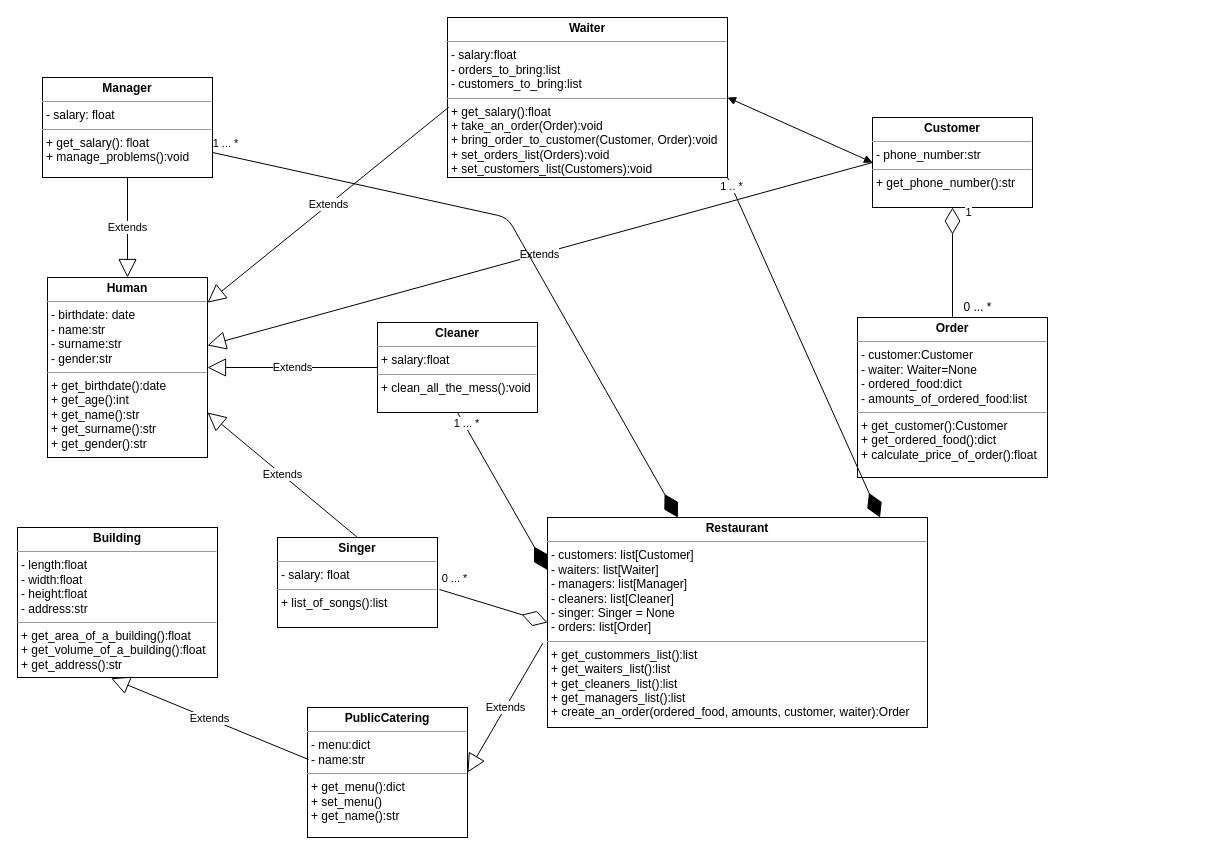
Above: python_module/task_5/restaurant1.drawio in YeseniiaBorzova/python_education (draw.io), before the change. Source tidied: cells renumbered, new cells numbered last; positions are measured from the earlier drawing's top-left corner, leaving out a move shared by most shapes. Both pictures are drawn from the tidied source at 100%, with x=0, y=0 at pixel (17, 17).
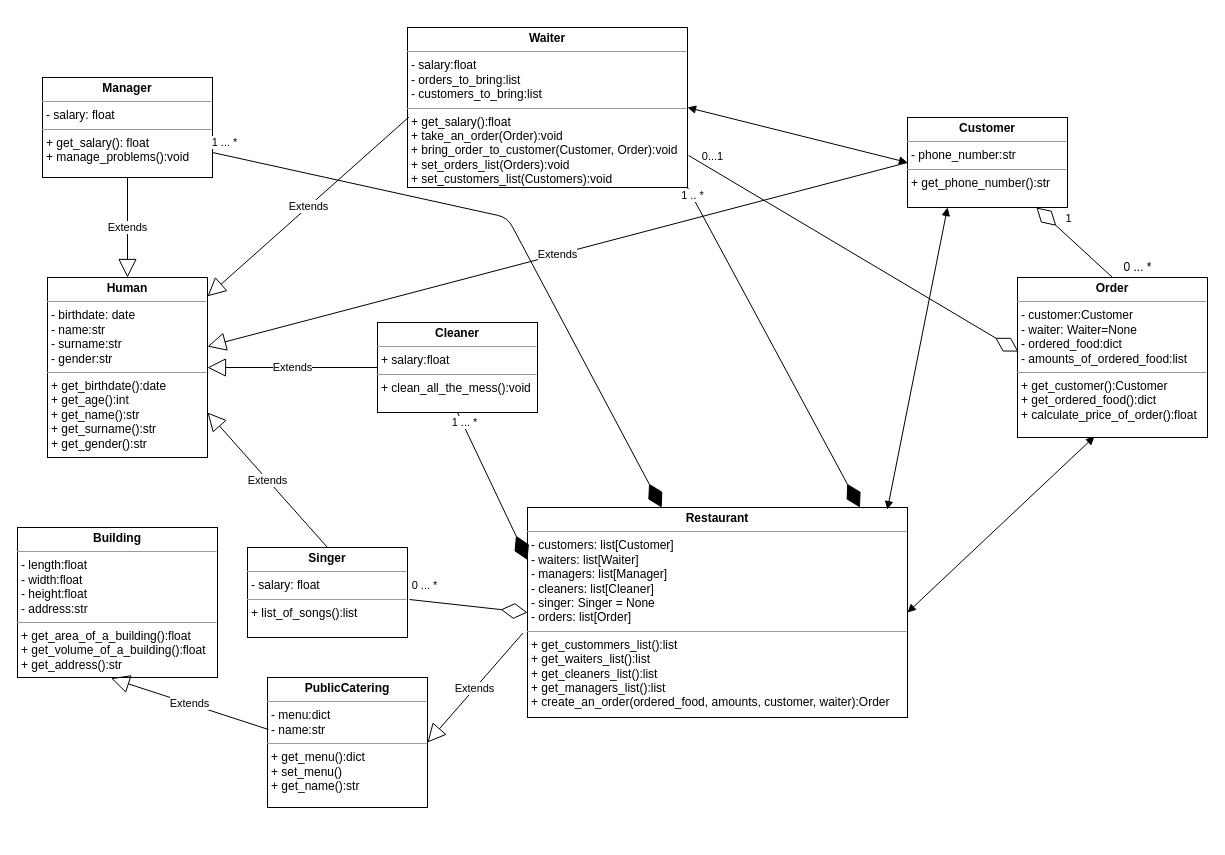
Above is the later version.

Commit message:
Added dependencies between customer waiter and restaurant

Unchanged cells that the change refers to:
```xml
<mxCell id="29" style="endArrow=diamondThin;endFill=0;endSize=24;html=1;exitX=0.5;exitY=0;exitDx=0;exitDy=0;" parent="1" edge="1" source="14" target="11">
  <mxGeometry relative="1" as="geometry" />
</mxCell>
```

Diff of the diagram source:
```diff
@@
     <mxCell id="3" value="&lt;p style=&quot;margin: 0px ; margin-top: 4px ; text-align: center&quot;&gt;&lt;b&gt;Waiter&lt;/b&gt;&lt;/p&gt;&lt;hr size=&quot;1&quot;&gt;&lt;p style=&quot;margin: 0px ; margin-left: 4px&quot;&gt;- salary:float&lt;/p&gt;&lt;p style=&quot;margin: 0px ; margin-left: 4px&quot;&gt;- orders_to_bring:list&lt;/p&gt;&lt;p style=&quot;margin: 0px ; margin-left: 4px&quot;&gt;- customers_to_bring:list&lt;br&gt;&lt;/p&gt;&lt;hr size=&quot;1&quot;&gt;&lt;p style=&quot;margin: 0px ; margin-left: 4px&quot;&gt;+ get_salary():float&lt;/p&gt;&lt;p style=&quot;margin: 0px ; margin-left: 4px&quot;&gt;+ take_an_order(Order):void&lt;br&gt;&lt;/p&gt;&lt;p style=&quot;margin: 0px ; margin-left: 4px&quot;&gt;+ bring_order_to_customer(Customer, Order):void&lt;/p&gt;&lt;p style=&quot;margin: 0px ; margin-left: 4px&quot;&gt;+ set_orders_list(Orders):void&lt;/p&gt;&lt;p style=&quot;margin: 0px ; margin-left: 4px&quot;&gt;+ set_customers_list(Customers):void&lt;br&gt;&lt;/p&gt;&lt;p style=&quot;margin: 0px ; margin-left: 4px&quot;&gt;&lt;br&gt;&lt;/p&gt;" style="verticalAlign=top;align=left;overflow=fill;fontSize=12;fontFamily=Helvetica;html=1;" parent="1" vertex="1">
-      <mxGeometry x="430" width="280" height="160" as="geometry" />
+      <mxGeometry x="390" y="10" width="280" height="160" as="geometry" />
     </mxCell>
@@
     <mxCell id="8" value="&lt;p style=&quot;margin: 0px ; margin-top: 4px ; text-align: center&quot;&gt;&lt;b&gt;PublicCatering&lt;/b&gt;&lt;/p&gt;&lt;hr size=&quot;1&quot;&gt;&lt;p style=&quot;margin: 0px ; margin-left: 4px&quot;&gt;- menu:dict&lt;/p&gt;&lt;p style=&quot;margin: 0px ; margin-left: 4px&quot;&gt;- name:str&lt;/p&gt;&lt;hr size=&quot;1&quot;&gt;&lt;p style=&quot;margin: 0px ; margin-left: 4px&quot;&gt;+ get_menu():dict&lt;/p&gt;&lt;p style=&quot;margin: 0px ; margin-left: 4px&quot;&gt;+ set_menu()&lt;/p&gt;&lt;p style=&quot;margin: 0px ; margin-left: 4px&quot;&gt;+ get_name():str&lt;/p&gt;" style="verticalAlign=top;align=left;overflow=fill;fontSize=12;fontFamily=Helvetica;html=1;" parent="1" vertex="1">
-      <mxGeometry x="290" y="690" width="160" height="130" as="geometry" />
+      <mxGeometry x="250" y="660" width="160" height="130" as="geometry" />
     </mxCell>
@@
     <mxCell id="10" value="&lt;p style=&quot;margin: 0px ; margin-top: 4px ; text-align: center&quot;&gt;&lt;b&gt;Restaurant&lt;/b&gt;&lt;/p&gt;&lt;hr size=&quot;1&quot;&gt;&lt;p style=&quot;margin: 0px ; margin-left: 4px&quot;&gt;- customers: list[Customer]&lt;/p&gt;&lt;p style=&quot;margin: 0px ; margin-left: 4px&quot;&gt;- waiters: list[Waiter]&lt;/p&gt;&lt;p style=&quot;margin: 0px ; margin-left: 4px&quot;&gt;- managers: list[Manager]&lt;br&gt;&lt;/p&gt;&lt;p style=&quot;margin: 0px ; margin-left: 4px&quot;&gt;- cleaners: list[Cleaner]&lt;/p&gt;&lt;p style=&quot;margin: 0px ; margin-left: 4px&quot;&gt;- singer: Singer = None&lt;br&gt;&lt;/p&gt;&lt;p style=&quot;margin: 0px ; margin-left: 4px&quot;&gt;- orders: list[Order]&lt;/p&gt;&lt;hr size=&quot;1&quot;&gt;&lt;p style=&quot;margin: 0px ; margin-left: 4px&quot;&gt;+ get_custommers_list():list&lt;/p&gt;&lt;p style=&quot;margin: 0px ; margin-left: 4px&quot;&gt;+ get_waiters_list():list&lt;/p&gt;&lt;p style=&quot;margin: 0px ; margin-left: 4px&quot;&gt;+ get_cleaners_list():list&lt;/p&gt;&lt;p style=&quot;margin: 0px ; margin-left: 4px&quot;&gt;+ get_managers_list():list&lt;br&gt;&lt;/p&gt;&lt;p style=&quot;margin: 0px ; margin-left: 4px&quot;&gt;+ create_an_order(ordered_food, amounts, customer, waiter):Order&lt;/p&gt;" style="verticalAlign=top;align=left;overflow=fill;fontSize=12;fontFamily=Helvetica;html=1;" parent="1" vertex="1">
-      <mxGeometry x="530" y="500" width="380" height="210" as="geometry" />
+      <mxGeometry x="510" y="490" width="380" height="210" as="geometry" />
     </mxCell>
     <mxCell id="11" value="&lt;p style=&quot;margin: 0px ; margin-top: 4px ; text-align: center&quot;&gt;&lt;b&gt;Customer&lt;/b&gt;&lt;/p&gt;&lt;hr size=&quot;1&quot;&gt;&lt;p style=&quot;margin: 0px ; margin-left: 4px&quot;&gt;- phone_number:str&lt;/p&gt;&lt;hr size=&quot;1&quot;&gt;&lt;p style=&quot;margin: 0px ; margin-left: 4px&quot;&gt;+ get_phone_number():str&lt;/p&gt;" style="verticalAlign=top;align=left;overflow=fill;fontSize=12;fontFamily=Helvetica;html=1;" parent="1" vertex="1">
-      <mxGeometry x="855" y="100" width="160" height="90" as="geometry" />
+      <mxGeometry x="890" y="100" width="160" height="90" as="geometry" />
     </mxCell>
@@
     <mxCell id="14" value="&lt;p style=&quot;margin: 0px ; margin-top: 4px ; text-align: center&quot;&gt;&lt;b&gt;Order&lt;/b&gt;&lt;/p&gt;&lt;hr size=&quot;1&quot;&gt;&lt;p style=&quot;margin: 0px ; margin-left: 4px&quot;&gt;- customer:Customer&lt;/p&gt;&lt;p style=&quot;margin: 0px ; margin-left: 4px&quot;&gt;- waiter: Waiter=None&lt;/p&gt;&lt;p style=&quot;margin: 0px ; margin-left: 4px&quot;&gt;- ordered_food:dict&lt;/p&gt;&lt;p style=&quot;margin: 0px ; margin-left: 4px&quot;&gt;- amounts_of_ordered_food:list&lt;/p&gt;&lt;hr size=&quot;1&quot;&gt;&lt;p style=&quot;margin: 0px ; margin-left: 4px&quot;&gt;+ get_customer():Customer&lt;/p&gt;&lt;p style=&quot;margin: 0px ; margin-left: 4px&quot;&gt;+ get_ordered_food():dict&lt;/p&gt;&lt;p style=&quot;margin: 0px ; margin-left: 4px&quot;&gt;+ calculate_price_of_order():float&lt;/p&gt;" style="verticalAlign=top;align=left;overflow=fill;fontSize=12;fontFamily=Helvetica;html=1;" parent="1" vertex="1">
-      <mxGeometry x="840" y="300" width="190" height="160" as="geometry" />
+      <mxGeometry x="1000" y="260" width="190" height="160" as="geometry" />
     </mxCell>
     <mxCell id="15" value="0 ... *" style="text;html=1;align=center;verticalAlign=middle;" parent="1" vertex="1">
-      <mxGeometry x="940" y="280" width="40" height="20" as="geometry" />
+      <mxGeometry x="1100" y="240" width="40" height="20" as="geometry" />
     </mxCell>
@@
     <mxCell id="25" value="&lt;p style=&quot;margin: 0px ; margin-top: 4px ; text-align: center&quot;&gt;&lt;b&gt;Singer&lt;/b&gt;&lt;br&gt;&lt;/p&gt;&lt;hr size=&quot;1&quot;&gt;&lt;p style=&quot;margin: 0px ; margin-left: 4px&quot;&gt;- salary: float&lt;br&gt;&lt;/p&gt;&lt;hr size=&quot;1&quot;&gt;&lt;p style=&quot;margin: 0px ; margin-left: 4px&quot;&gt;+ list_of_songs():list&lt;br&gt;&lt;/p&gt;" style="verticalAlign=top;align=left;overflow=fill;fontSize=12;fontFamily=Helvetica;html=1;" parent="1" vertex="1">
-      <mxGeometry x="260" y="520" width="160" height="90" as="geometry" />
+      <mxGeometry x="230" y="530" width="160" height="90" as="geometry" />
     </mxCell>
@@
     <mxCell id="30" value="1" style="edgeLabel;html=1;align=center;verticalAlign=middle;" parent="29" vertex="1">
       <mxGeometry x="0.69" y="-7" relative="1" as="geometry">
-        <mxPoint x="8" y="-13" as="offset" />
+        <mxPoint x="15" y="5" as="offset" />
       </mxGeometry>
     </mxCell>
@@
+    <mxCell id="32" style="endArrow=diamondThin;endFill=0;endSize=24;html=1;entryX=0.005;entryY=0.463;entryDx=0;entryDy=0;entryPerimeter=0;exitX=1.004;exitY=0.8;exitDx=0;exitDy=0;exitPerimeter=0;" parent="1" edge="1" source="3" target="14">
+      <mxGeometry relative="1" as="geometry" />
+    </mxCell>
+    <mxCell id="33" value="0...1" style="edgeLabel;html=1;align=center;verticalAlign=middle;" parent="32" vertex="1">
+      <mxGeometry x="-0.92" y="3" relative="1" as="geometry">
+        <mxPoint x="9" y="-5" as="offset" />
+      </mxGeometry>
+    </mxCell>
+    <mxCell id="34" style="endArrow=block;startArrow=block;endFill=1;startFill=1;html=1;entryX=0.405;entryY=0.994;entryDx=0;entryDy=0;entryPerimeter=0;exitX=1;exitY=0.5;exitDx=0;exitDy=0;" parent="1" edge="1" source="10" target="14">
+      <mxGeometry relative="1" as="geometry" />
+    </mxCell>
+    <mxCell id="35" style="endArrow=block;startArrow=block;endFill=1;startFill=1;html=1;entryX=0.25;entryY=1;entryDx=0;entryDy=0;exitX=0.947;exitY=0.01;exitDx=0;exitDy=0;exitPerimeter=0;" parent="1" edge="1" source="10" target="11">
+      <mxGeometry relative="1" as="geometry" />
+    </mxCell>
```
